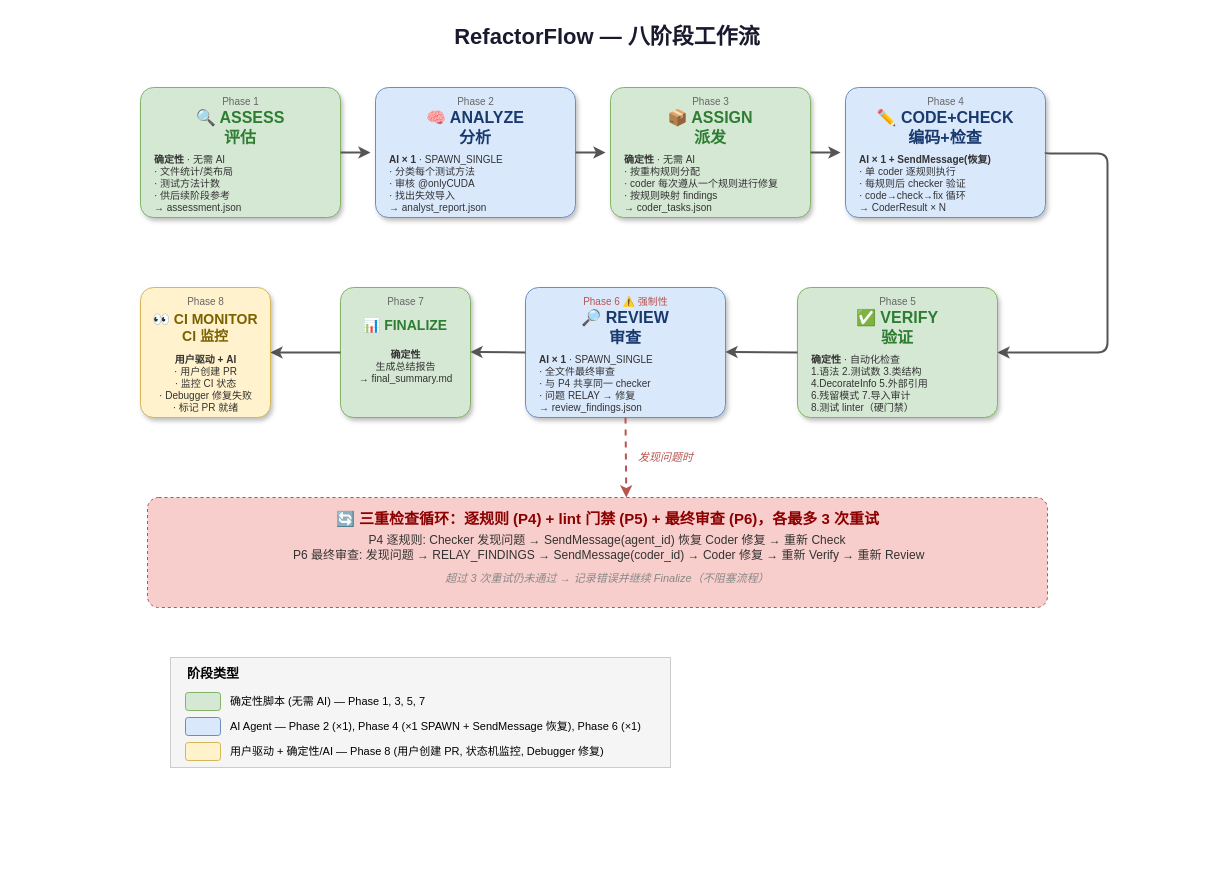
Above: pytorch-test-refactoring/.assets/diagrams/workflow.drawio in KarhouTam/agent-skills (draw.io), before the change. Source tidied: cells renumbered, new cells numbered last; positions are measured from the earlier drawing's top-left corner, leaving out a move shared by most shapes. Both pictures are drawn from the tidied source at 100%, with x=0, y=0 at pixel (17, 17).
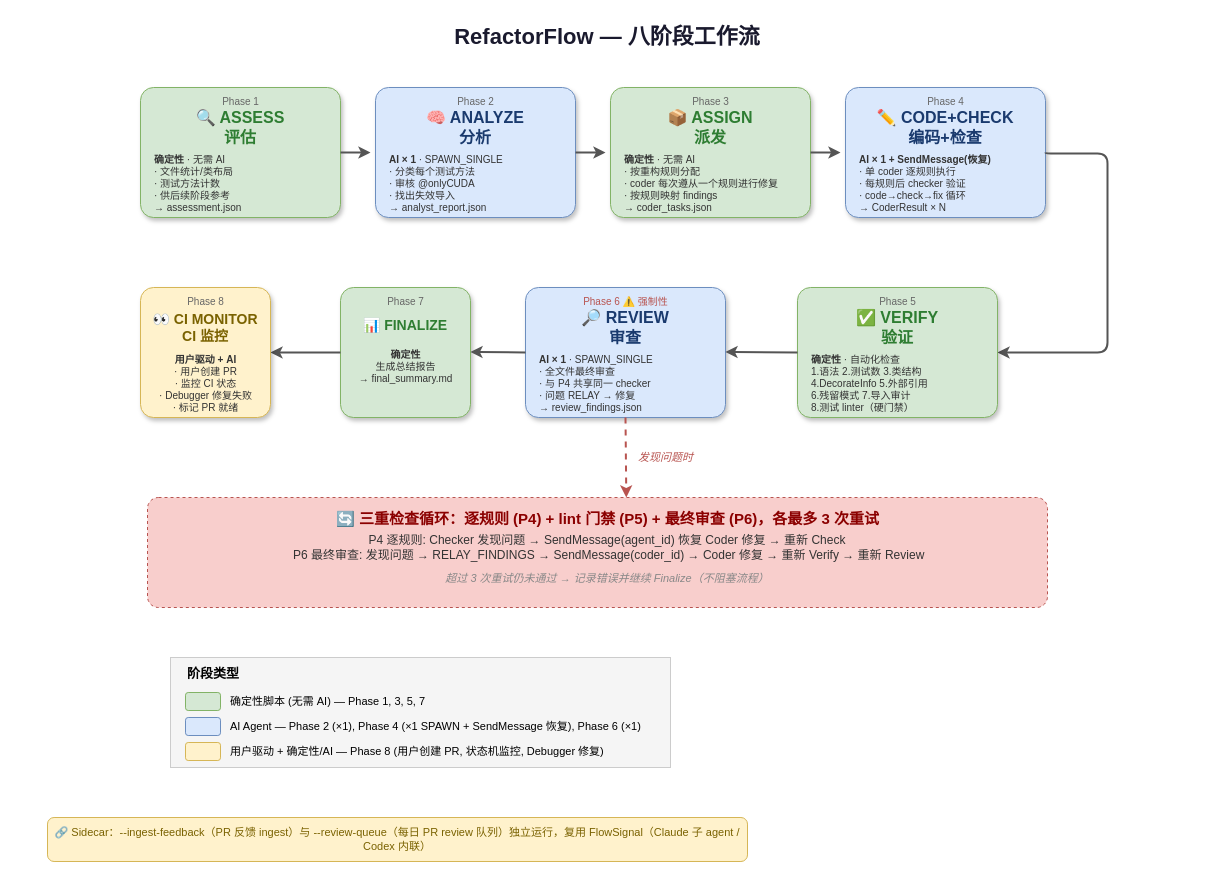
After the change.

Diff of the diagram source:
```diff
@@
+    <mxCell id="56" value="🔗 Sidecar：--ingest-feedback（PR 反馈 ingest）与 --review-queue（每日 PR review 队列）独立运行，复用 FlowSignal（Claude 子 agent / Codex 内联）" style="text;html=1;strokeColor=#d6b656;fillColor=#fff2cc;align=center;verticalAlign=middle;whiteSpace=wrap;fontSize=11;fontColor=#7a6200;rounded=1;" parent="1" vertex="1">
+      <mxGeometry x="30" y="800" width="700" height="44" as="geometry" />
+    </mxCell>
```
